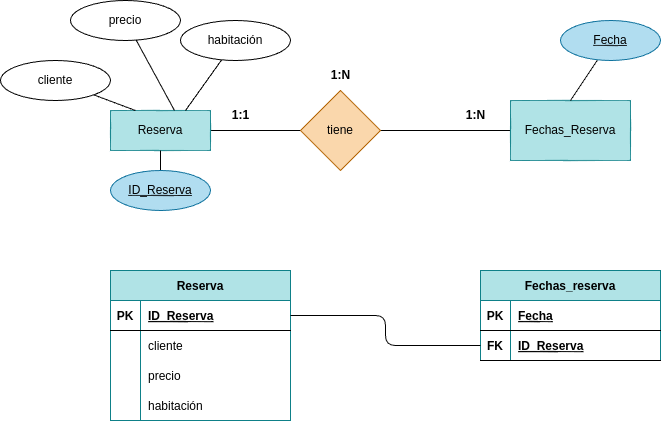
This is tareas/tarea-6-Normalizacion/images/ejercicio4.drawio.png from betancorge/base-datos-2, a draw.io export, as it was before one commit. Source tidied: cells renumbered, new cells last; positions are measured from the earlier drawing's top-left corner, leaving out a move shared by most shapes.
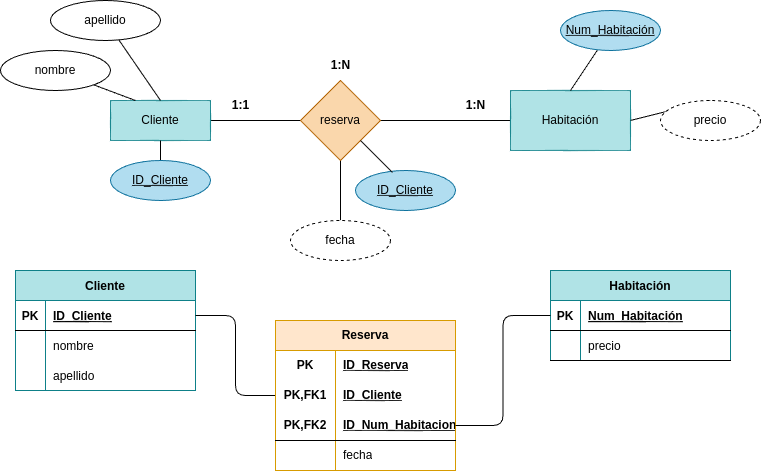
Later version of the same file.

The edit, as a diff of the source:
```diff
@@ -5,16 +5,19 @@
     <mxCell id="2" style="edgeStyle=none;html=1;strokeColor=#000000;endArrow=none;endFill=0;" parent="1" edge="1" source="3" target="5">
       <mxGeometry relative="1" as="geometry" />
     </mxCell>
-    <mxCell id="3" value="&lt;font color=&quot;#000000&quot;&gt;Reserva&lt;/font&gt;" style="whiteSpace=wrap;html=1;align=center;fillColor=#b0e3e6;strokeColor=#0e8088;" parent="1" vertex="1">
+    <mxCell id="3" value="&lt;font color=&quot;#000000&quot;&gt;Cliente&lt;/font&gt;" style="whiteSpace=wrap;html=1;align=center;fillColor=#b0e3e6;strokeColor=#0e8088;" parent="1" vertex="1">
       <mxGeometry x="110" y="110" width="100" height="40" as="geometry" />
     </mxCell>
     <mxCell id="4" style="edgeStyle=none;html=1;strokeColor=#000000;endArrow=none;endFill=0;" parent="1" edge="1" source="5" target="6">
       <mxGeometry relative="1" as="geometry" />
     </mxCell>
+    <mxCell id="41" style="edgeStyle=none;html=1;entryX=0.5;entryY=0;entryDx=0;entryDy=0;endArrow=none;endFill=0;" parent="1" edge="1" source="5" target="44">
+      <mxGeometry relative="1" as="geometry" />
+    </mxCell>
-    <mxCell id="5" value="&lt;font color=&quot;#000000&quot;&gt;tiene&lt;/font&gt;" style="rhombus;whiteSpace=wrap;html=1;fillColor=#fad7ac;strokeColor=#b46504;" parent="1" vertex="1">
+    <mxCell id="5" value="&lt;font color=&quot;#000000&quot;&gt;reserva&lt;/font&gt;" style="rhombus;whiteSpace=wrap;html=1;fillColor=#fad7ac;strokeColor=#b46504;" parent="1" vertex="1">
       <mxGeometry x="300" y="90" width="80" height="80" as="geometry" />
     </mxCell>
-    <mxCell id="6" value="&lt;font color=&quot;#000000&quot;&gt;Fechas_Reserva&lt;/font&gt;" style="whiteSpace=wrap;html=1;fillColor=#b0e3e6;strokeColor=#0e8088;" parent="1" vertex="1">
+    <mxCell id="6" value="&lt;font color=&quot;#000000&quot;&gt;Habitación&lt;/font&gt;" style="whiteSpace=wrap;html=1;fillColor=#b0e3e6;strokeColor=#0e8088;" parent="1" vertex="1">
       <mxGeometry x="510" y="100" width="120" height="60" as="geometry" />
     </mxCell>
     <mxCell id="7" value="&lt;b&gt;1:N&lt;/b&gt;" style="text;html=1;align=center;verticalAlign=middle;strokeColor=none;fillColor=none;fontColor=#000000;" parent="1" vertex="1">
@@ -26,8 +29,8 @@
     <mxCell id="9" value="&lt;b&gt;1:N&lt;/b&gt;" style="text;html=1;align=center;verticalAlign=middle;strokeColor=none;fillColor=none;fontColor=#000000;" parent="1" vertex="1">
       <mxGeometry x="320" y="60" width="40" height="30" as="geometry" />
     </mxCell>
-    <mxCell id="10" value="Reserva" style="shape=table;startSize=30;rowLines=0;fontStyle=1;align=center;labelBackgroundColor=none;strokeColor=#0e8088;fillColor=#b0e3e6;fontColor=#000000;" parent="1" vertex="1">
-      <mxGeometry x="110" y="270" width="180" height="150" as="geometry" />
+    <mxCell id="10" value="Cliente" style="shape=table;startSize=30;rowLines=0;fontStyle=1;align=center;labelBackgroundColor=none;strokeColor=#0e8088;fillColor=#b0e3e6;fontColor=#000000;" parent="1" vertex="1">
+      <mxGeometry x="15" y="280" width="180" height="120" as="geometry" />
     </mxCell>
     <mxCell id="11" style="shape=tableRow;horizontal=0;startSize=0;swimlaneHead=0;swimlaneBody=0;fillColor=none;points=[[0,0.5],[1,0.5]];portConstraint=eastwest;top=0;left=0;right=0;bottom=1;labelBackgroundColor=none;fontColor=#000000;" parent="10" vertex="1">
       <mxGeometry y="30" width="180" height="30" as="geometry" />
@@ -35,7 +38,7 @@
     <mxCell id="12" value="PK" style="shape=partialRectangle;fillColor=none;top=0;left=0;bottom=0;right=0;fontStyle=1;overflow=hidden;labelBackgroundColor=none;fontColor=#000000;" parent="11" vertex="1">
       <mxGeometry width="30" height="30" as="geometry" />
     </mxCell>
-    <mxCell id="13" value="ID_Reserva" style="shape=partialRectangle;fillColor=none;top=0;left=0;bottom=0;right=0;align=left;spacingLeft=6;fontStyle=5;overflow=hidden;labelBackgroundColor=none;fontColor=#000000;" parent="11" vertex="1">
+    <mxCell id="13" value="ID_Cliente" style="shape=partialRectangle;fillColor=none;top=0;left=0;bottom=0;right=0;align=left;spacingLeft=6;fontStyle=5;overflow=hidden;labelBackgroundColor=none;fontColor=#000000;" parent="11" vertex="1">
       <mxGeometry x="30" width="150" height="30" as="geometry" />
     </mxCell>
     <mxCell id="14" style="shape=tableRow;horizontal=0;startSize=0;swimlaneHead=0;swimlaneBody=0;fillColor=none;top=0;left=0;right=0;bottom=0;labelBackgroundColor=none;fontColor=#000000;" parent="10" vertex="1">
@@ -44,7 +47,7 @@
     <mxCell id="15" style="shape=partialRectangle;fillColor=none;top=0;left=0;bottom=0;right=0;overflow=hidden;labelBackgroundColor=none;fontColor=#000000;" parent="14" vertex="1">
       <mxGeometry width="30" height="30" as="geometry" />
     </mxCell>
-    <mxCell id="16" value="cliente" style="shape=partialRectangle;fillColor=none;top=0;left=0;bottom=0;right=0;align=left;spacingLeft=6;overflow=hidden;labelBackgroundColor=none;fontColor=#000000;" parent="14" vertex="1">
+    <mxCell id="16" value="nombre" style="shape=partialRectangle;fillColor=none;top=0;left=0;bottom=0;right=0;align=left;spacingLeft=6;overflow=hidden;labelBackgroundColor=none;fontColor=#000000;" parent="14" vertex="1">
       <mxGeometry x="30" width="150" height="30" as="geometry" />
     </mxCell>
     <mxCell id="17" style="shape=tableRow;horizontal=0;startSize=0;swimlaneHead=0;swimlaneBody=0;fillColor=none;top=0;left=0;right=0;bottom=0;labelBackgroundColor=none;fontColor=#000000;" parent="10" vertex="1">
@@ -53,20 +56,11 @@
     <mxCell id="18" style="shape=partialRectangle;fillColor=none;top=0;left=0;bottom=0;right=0;overflow=hidden;labelBackgroundColor=none;fontColor=#000000;" parent="17" vertex="1">
       <mxGeometry width="30" height="30" as="geometry" />
     </mxCell>
-    <mxCell id="19" value="precio" style="shape=partialRectangle;fillColor=none;top=0;left=0;bottom=0;right=0;align=left;spacingLeft=6;overflow=hidden;labelBackgroundColor=none;fontColor=#000000;" parent="17" vertex="1">
+    <mxCell id="19" value="apellido" style="shape=partialRectangle;fillColor=none;top=0;left=0;bottom=0;right=0;align=left;spacingLeft=6;overflow=hidden;labelBackgroundColor=none;fontColor=#000000;" parent="17" vertex="1">
       <mxGeometry x="30" width="150" height="30" as="geometry" />
     </mxCell>
-    <mxCell id="20" style="shape=tableRow;horizontal=0;startSize=0;swimlaneHead=0;swimlaneBody=0;fillColor=none;top=0;left=0;right=0;bottom=0;labelBackgroundColor=none;fontColor=#000000;" parent="10" vertex="1">
-      <mxGeometry y="120" width="180" height="30" as="geometry" />
-    </mxCell>
-    <mxCell id="21" style="shape=partialRectangle;fillColor=none;top=0;left=0;bottom=0;right=0;overflow=hidden;labelBackgroundColor=none;fontColor=#000000;" parent="20" vertex="1">
-      <mxGeometry width="30" height="30" as="geometry" />
-    </mxCell>
-    <mxCell id="22" value="habitación" style="shape=partialRectangle;fillColor=none;top=0;left=0;bottom=0;right=0;align=left;spacingLeft=6;overflow=hidden;labelBackgroundColor=none;fontColor=#000000;" parent="20" vertex="1">
-      <mxGeometry x="30" width="150" height="30" as="geometry" />
-    </mxCell>
-    <mxCell id="23" value="Fechas_reserva" style="shape=table;startSize=30;rowLines=0;fontStyle=1;align=center;labelBackgroundColor=none;strokeColor=#0e8088;fillColor=#b0e3e6;fontColor=#000000;" parent="1" vertex="1">
-      <mxGeometry x="480" y="270" width="180" height="90" as="geometry" />
+    <mxCell id="23" value="Habitación" style="shape=table;startSize=30;rowLines=0;fontStyle=1;align=center;labelBackgroundColor=none;strokeColor=#0e8088;fillColor=#b0e3e6;fontColor=#000000;" parent="1" vertex="1">
+      <mxGeometry x="550" y="280" width="180" height="90" as="geometry" />
     </mxCell>
     <mxCell id="24" style="shape=tableRow;horizontal=0;startSize=0;swimlaneHead=0;swimlaneBody=0;fillColor=none;points=[[0,0.5],[1,0.5]];portConstraint=eastwest;top=0;left=0;right=0;bottom=1;labelBackgroundColor=none;fontColor=#000000;" parent="23" vertex="1">
       <mxGeometry y="30" width="180" height="30" as="geometry" />
@@ -74,50 +68,101 @@
     <mxCell id="25" value="PK" style="shape=partialRectangle;fillColor=none;top=0;left=0;bottom=0;right=0;fontStyle=1;overflow=hidden;labelBackgroundColor=none;fontColor=#000000;" parent="24" vertex="1">
       <mxGeometry width="30" height="30" as="geometry" />
     </mxCell>
-    <mxCell id="26" value="Fecha" style="shape=partialRectangle;fillColor=none;top=0;left=0;bottom=0;right=0;align=left;spacingLeft=6;fontStyle=5;overflow=hidden;labelBackgroundColor=none;fontColor=#000000;" parent="24" vertex="1">
+    <mxCell id="26" value="Num_Habitación" style="shape=partialRectangle;fillColor=none;top=0;left=0;bottom=0;right=0;align=left;spacingLeft=6;fontStyle=5;overflow=hidden;labelBackgroundColor=none;fontColor=#000000;" parent="24" vertex="1">
       <mxGeometry x="30" width="150" height="30" as="geometry" />
     </mxCell>
     <mxCell id="27" style="shape=tableRow;horizontal=0;startSize=0;swimlaneHead=0;swimlaneBody=0;fillColor=none;points=[[0,0.5],[1,0.5]];portConstraint=eastwest;top=0;left=0;right=0;bottom=1;labelBackgroundColor=none;fontColor=#000000;" parent="23" vertex="1">
       <mxGeometry y="60" width="180" height="30" as="geometry" />
     </mxCell>
-    <mxCell id="28" value="FK" style="shape=partialRectangle;fillColor=none;top=0;left=0;bottom=0;right=0;fontStyle=1;overflow=hidden;labelBackgroundColor=none;fontColor=#000000;" parent="27" vertex="1">
-      <mxGeometry width="30" height="30" as="geometry" />
-    </mxCell>
-    <mxCell id="29" value="ID_Reserva" style="shape=partialRectangle;fillColor=none;top=0;left=0;bottom=0;right=0;align=left;spacingLeft=6;fontStyle=5;overflow=hidden;labelBackgroundColor=none;fontColor=#000000;" parent="27" vertex="1">
-      <mxGeometry x="30" width="150" height="30" as="geometry" />
-    </mxCell>
+    <mxCell id="42" style="shape=partialRectangle;fillColor=none;top=0;left=0;bottom=0;right=0;fontStyle=1;overflow=hidden;labelBackgroundColor=none;fontColor=#000000;" parent="27" vertex="1">
+      <mxGeometry width="30" height="30" as="geometry" />
+    </mxCell>
+    <mxCell id="43" value="precio" style="shape=partialRectangle;fillColor=none;top=0;left=0;bottom=0;right=0;align=left;spacingLeft=6;fontStyle=0;overflow=hidden;labelBackgroundColor=none;fontColor=#000000;" parent="27" vertex="1">
+      <mxGeometry x="30" width="150" height="30" as="geometry" />
+    </mxCell>
-    <mxCell id="30" style="edgeStyle=orthogonalEdgeStyle;html=1;exitX=1;exitY=0.5;exitDx=0;exitDy=0;entryX=0;entryY=0.5;entryDx=0;entryDy=0;strokeColor=#000000;fontColor=#000000;endArrow=none;endFill=0;" parent="1" edge="1" source="11" target="27">
+    <mxCell id="30" style="edgeStyle=orthogonalEdgeStyle;html=1;exitX=1;exitY=0.5;exitDx=0;exitDy=0;entryX=0;entryY=0.5;entryDx=0;entryDy=0;strokeColor=#000000;fontColor=#000000;endArrow=none;endFill=0;" parent="1" edge="1" source="11" target="52">
       <mxGeometry relative="1" as="geometry" />
     </mxCell>
     <mxCell id="31" style="edgeStyle=none;html=1;entryX=0.25;entryY=0;entryDx=0;entryDy=0;fontColor=#000000;strokeColor=#000000;endArrow=none;endFill=0;" parent="1" edge="1" source="32" target="3">
       <mxGeometry relative="1" as="geometry" />
     </mxCell>
-    <mxCell id="32" value="&lt;font color=&quot;#000000&quot;&gt;cliente&lt;/font&gt;" style="ellipse;whiteSpace=wrap;html=1;align=center;fillColor=none;strokeColor=#000000;" parent="1" vertex="1">
+    <mxCell id="32" value="&lt;font color=&quot;#000000&quot;&gt;nombre&lt;/font&gt;" style="ellipse;whiteSpace=wrap;html=1;align=center;fillColor=none;strokeColor=#000000;" parent="1" vertex="1">
       <mxGeometry y="60" width="110" height="40" as="geometry" />
     </mxCell>
     <mxCell id="33" style="edgeStyle=none;html=1;entryX=0.5;entryY=0;entryDx=0;entryDy=0;strokeColor=#000000;fontColor=#000000;endArrow=none;endFill=0;" parent="1" edge="1" source="34" target="6">
       <mxGeometry relative="1" as="geometry" />
     </mxCell>
-    <mxCell id="34" value="&lt;font&gt;Fecha&lt;/font&gt;" style="ellipse;whiteSpace=wrap;html=1;align=center;fontStyle=4;strokeColor=#10739e;fillColor=#b1ddf0;fontColor=#000000;" parent="1" vertex="1">
+    <mxCell id="34" value="&lt;font&gt;Num_Habitación&lt;/font&gt;" style="ellipse;whiteSpace=wrap;html=1;align=center;fontStyle=4;strokeColor=#10739e;fillColor=#b1ddf0;fontColor=#000000;" parent="1" vertex="1">
       <mxGeometry x="560" y="20" width="100" height="40" as="geometry" />
     </mxCell>
     <mxCell id="35" style="edgeStyle=none;html=1;entryX=0.5;entryY=1;entryDx=0;entryDy=0;strokeColor=#000000;fontColor=#000000;endArrow=none;endFill=0;" parent="1" edge="1" source="36" target="3">
       <mxGeometry relative="1" as="geometry" />
     </mxCell>
-    <mxCell id="36" value="ID_Reserva" style="ellipse;whiteSpace=wrap;html=1;align=center;fontStyle=4;strokeColor=#10739e;fillColor=#b1ddf0;fontColor=#000000;" parent="1" vertex="1">
+    <mxCell id="36" value="ID_Cliente" style="ellipse;whiteSpace=wrap;html=1;align=center;fontStyle=4;strokeColor=#10739e;fillColor=#b1ddf0;fontColor=#000000;" parent="1" vertex="1">
       <mxGeometry x="110" y="170" width="100" height="40" as="geometry" />
     </mxCell>
-    <mxCell id="37" style="edgeStyle=none;html=1;entryX=0.75;entryY=0;entryDx=0;entryDy=0;endArrow=none;endFill=0;" parent="1" edge="1" source="38" target="3">
-      <mxGeometry relative="1" as="geometry" />
-    </mxCell>
-    <mxCell id="38" value="&lt;font color=&quot;#000000&quot;&gt;habitación&lt;/font&gt;" style="ellipse;whiteSpace=wrap;html=1;align=center;fillColor=none;strokeColor=#000000;" parent="1" vertex="1">
-      <mxGeometry x="180" y="20" width="110" height="40" as="geometry" />
-    </mxCell>
-    <mxCell id="39" value="&lt;font color=&quot;#000000&quot;&gt;precio&lt;/font&gt;" style="ellipse;whiteSpace=wrap;html=1;align=center;fillColor=none;strokeColor=#000000;" parent="1" vertex="1">
-      <mxGeometry x="70" width="110" height="40" as="geometry" />
-    </mxCell>
-    <mxCell id="40" style="edgeStyle=none;html=1;entryX=0.64;entryY=0;entryDx=0;entryDy=0;entryPerimeter=0;endArrow=none;endFill=0;" parent="1" edge="1" source="39" target="3">
-      <mxGeometry relative="1" as="geometry" />
-    </mxCell>
+    <mxCell id="44" value="fecha" style="ellipse;whiteSpace=wrap;html=1;align=center;dashed=1;" parent="1" vertex="1">
+      <mxGeometry x="290" y="230" width="100" height="40" as="geometry" />
+    </mxCell>
+    <mxCell id="45" style="edgeStyle=none;html=1;entryX=0.5;entryY=0;entryDx=0;entryDy=0;endArrow=none;endFill=0;exitX=1;exitY=0.5;exitDx=0;exitDy=0;" parent="1" edge="1" source="6" target="46">
+      <mxGeometry relative="1" as="geometry" />
+    </mxCell>
+    <mxCell id="46" value="precio" style="ellipse;whiteSpace=wrap;html=1;align=center;dashed=1;" parent="1" vertex="1">
+      <mxGeometry x="660" y="110" width="100" height="40" as="geometry" />
+    </mxCell>
+    <mxCell id="47" style="edgeStyle=none;html=1;entryX=0.5;entryY=0;entryDx=0;entryDy=0;fontColor=#000000;strokeColor=#000000;endArrow=none;endFill=0;" parent="1" edge="1" source="48" target="3">
+      <mxGeometry relative="1" as="geometry" />
+    </mxCell>
+    <mxCell id="48" value="&lt;font color=&quot;#000000&quot;&gt;apellido&lt;/font&gt;" style="ellipse;whiteSpace=wrap;html=1;align=center;fillColor=none;strokeColor=#000000;" parent="1" vertex="1">
+      <mxGeometry x="50" y="10" width="110" height="40" as="geometry" />
+    </mxCell>
+    <mxCell id="49" value="Reserva" style="shape=table;startSize=30;rowLines=0;fontStyle=1;align=center;html=1;whiteSpace=wrap;fillColor=#ffe6cc;strokeColor=#d79b00;" parent="1" vertex="1">
+      <mxGeometry x="275" y="330" width="180" height="150" as="geometry" />
+    </mxCell>
+    <mxCell id="50" style="shape=tableRow;horizontal=0;startSize=0;swimlaneHead=0;swimlaneBody=0;fillColor=none;top=0;left=0;right=0;bottom=0;html=1;" parent="49" vertex="1">
+      <mxGeometry y="30" width="180" height="30" as="geometry" />
+    </mxCell>
+    <mxCell id="51" value="PK" style="shape=partialRectangle;fillColor=none;top=0;left=0;bottom=0;right=0;fontStyle=1;overflow=hidden;html=1;whiteSpace=wrap;" parent="50" vertex="1">
+      <mxGeometry width="60" height="30" as="geometry" />
+    </mxCell>
+    <mxCell id="29" value="ID_Reserva" style="shape=partialRectangle;fillColor=none;top=0;left=0;bottom=0;right=0;align=left;spacingLeft=6;fontStyle=5;overflow=hidden;html=1;whiteSpace=wrap;" parent="50" vertex="1">
+      <mxGeometry x="60" width="120" height="30" as="geometry" />
+    </mxCell>
+    <mxCell id="52" style="shape=tableRow;horizontal=0;startSize=0;swimlaneHead=0;swimlaneBody=0;fillColor=none;points=[[0,0.5],[1,0.5]];portConstraint=eastwest;top=0;left=0;right=0;bottom=0;html=1;" parent="49" vertex="1">
+      <mxGeometry y="60" width="180" height="30" as="geometry" />
+    </mxCell>
+    <mxCell id="53" value="PK,FK1" style="shape=partialRectangle;fillColor=none;top=0;left=0;bottom=0;right=0;fontStyle=1;overflow=hidden;html=1;whiteSpace=wrap;" parent="52" vertex="1">
+      <mxGeometry width="60" height="30" as="geometry" />
+    </mxCell>
+    <mxCell id="54" value="ID_Cliente" style="shape=partialRectangle;fillColor=none;top=0;left=0;bottom=0;right=0;align=left;spacingLeft=6;fontStyle=5;overflow=hidden;html=1;whiteSpace=wrap;" parent="52" vertex="1">
+      <mxGeometry x="60" width="120" height="30" as="geometry" />
+    </mxCell>
+    <mxCell id="55" style="shape=tableRow;horizontal=0;startSize=0;swimlaneHead=0;swimlaneBody=0;fillColor=none;points=[[0,0.5],[1,0.5]];portConstraint=eastwest;top=0;left=0;right=0;bottom=1;html=1;" parent="49" vertex="1">
+      <mxGeometry y="90" width="180" height="30" as="geometry" />
+    </mxCell>
+    <mxCell id="56" value="PK,FK2" style="shape=partialRectangle;fillColor=none;top=0;left=0;bottom=0;right=0;fontStyle=1;overflow=hidden;html=1;whiteSpace=wrap;" parent="55" vertex="1">
+      <mxGeometry width="60" height="30" as="geometry" />
+    </mxCell>
+    <mxCell id="57" value="ID_Num_Habitacion" style="shape=partialRectangle;fillColor=none;top=0;left=0;bottom=0;right=0;align=left;spacingLeft=6;fontStyle=5;overflow=hidden;html=1;whiteSpace=wrap;" parent="55" vertex="1">
+      <mxGeometry x="60" width="120" height="30" as="geometry" />
+    </mxCell>
+    <mxCell id="58" style="shape=tableRow;horizontal=0;startSize=0;swimlaneHead=0;swimlaneBody=0;fillColor=none;top=0;left=0;right=0;bottom=0;html=1;" parent="49" vertex="1">
+      <mxGeometry y="120" width="180" height="30" as="geometry" />
+    </mxCell>
+    <mxCell id="59" style="shape=partialRectangle;fillColor=none;top=0;left=0;bottom=0;right=0;overflow=hidden;html=1;whiteSpace=wrap;" parent="58" vertex="1">
+      <mxGeometry width="60" height="30" as="geometry" />
+    </mxCell>
+    <mxCell id="60" value="fecha" style="shape=partialRectangle;fillColor=none;top=0;left=0;bottom=0;right=0;align=left;spacingLeft=6;overflow=hidden;html=1;whiteSpace=wrap;" parent="58" vertex="1">
+      <mxGeometry x="60" width="120" height="30" as="geometry" />
+    </mxCell>
+    <mxCell id="61" style="edgeStyle=orthogonalEdgeStyle;html=1;entryX=1;entryY=0.5;entryDx=0;entryDy=0;endArrow=none;endFill=0;" parent="1" edge="1" source="24" target="55">
+      <mxGeometry relative="1" as="geometry" />
+    </mxCell>
+    <mxCell id="62" value="ID_Cliente" style="ellipse;whiteSpace=wrap;html=1;align=center;fontStyle=4;strokeColor=#10739e;fillColor=#b1ddf0;fontColor=#000000;" parent="1" vertex="1">
+      <mxGeometry x="355" y="180" width="100" height="40" as="geometry" />
+    </mxCell>
+    <mxCell id="63" style="edgeStyle=none;html=1;exitX=1;exitY=1;exitDx=0;exitDy=0;entryX=0.37;entryY=0.05;entryDx=0;entryDy=0;entryPerimeter=0;endArrow=none;endFill=0;" parent="1" edge="1" source="5" target="62">
+      <mxGeometry relative="1" as="geometry" />
+    </mxCell>
   </root>
 </mxGraphModel>
```
